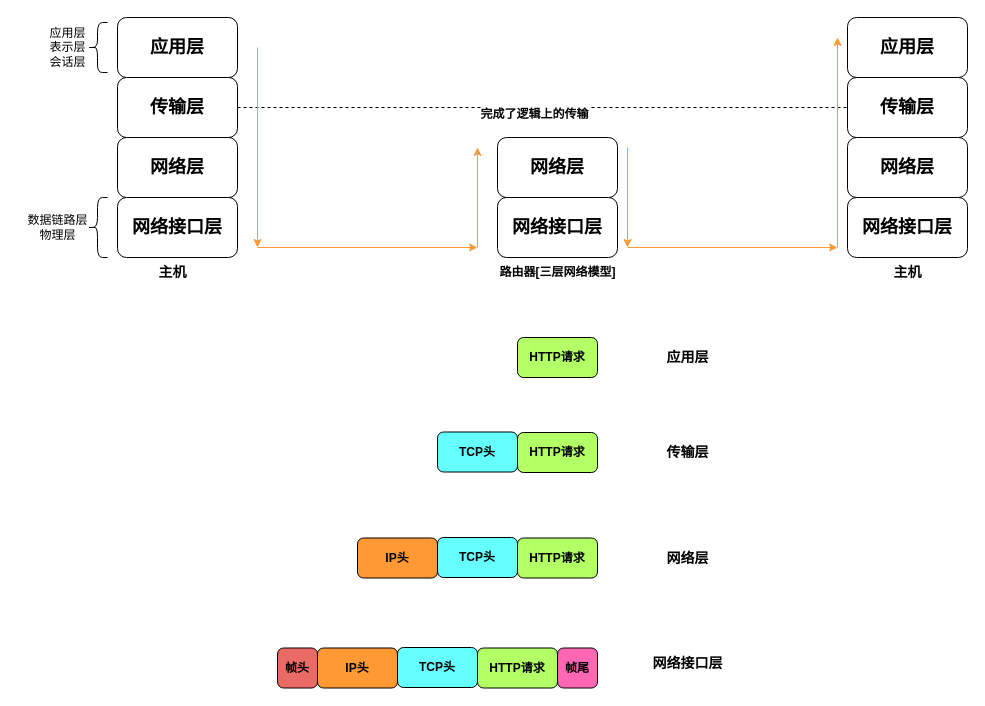
Earlier version of the draw.io diagram 网络转运.drawio (beyondgogogo/Graph). Source tidied: cells renumbered, new cells numbered last; positions are measured from the earlier drawing's top-left corner, leaving out a move shared by most shapes. Both pictures are drawn from the tidied source at 100%, with x=0, y=0 at pixel (17, 17).
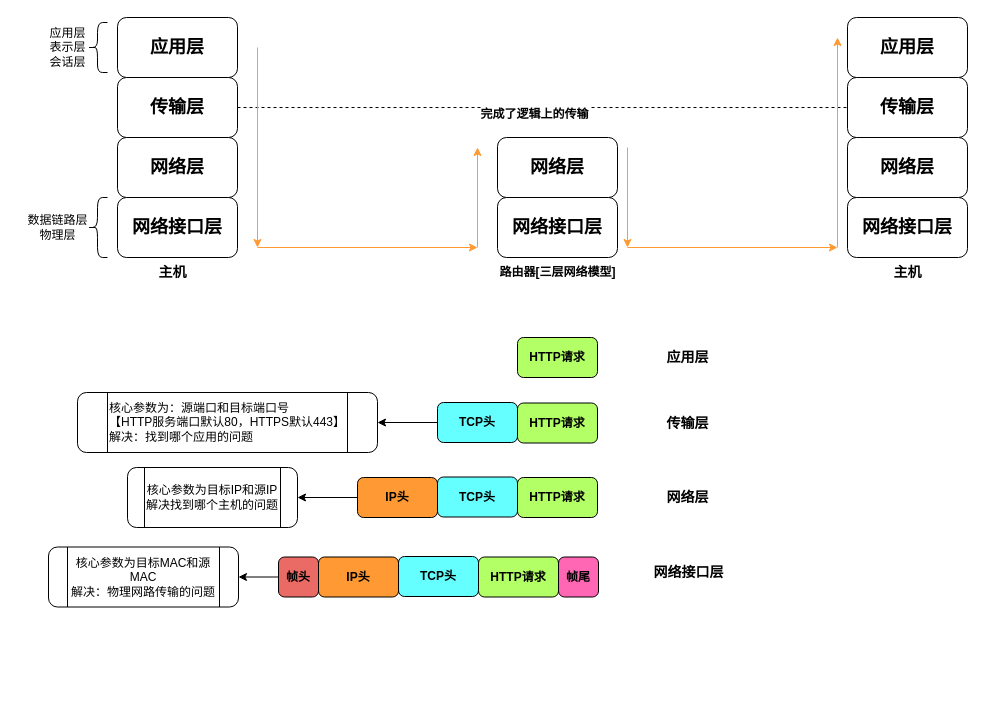
After the change.

Commit message (it also covers changes not shown here):
更新网络转运.drawio

Change to the diagram source:
```diff
@@
     <mxCell id="37" value="&lt;b&gt;HTTP请求&lt;/b&gt;" style="rounded=1;whiteSpace=wrap;html=1;fillColor=#B3FF66;" parent="1" vertex="1">
-      <mxGeometry x="500" y="415" width="80" height="40" as="geometry" />
+      <mxGeometry x="500" y="385.5" width="80" height="40" as="geometry" />
     </mxCell>
+    <mxCell id="51" style="edgeStyle=orthogonalEdgeStyle;rounded=0;jettySize=auto;html=1;" parent="1" edge="1" source="38" target="54">
+      <mxGeometry relative="1" as="geometry" />
+    </mxCell>
     <mxCell id="38" value="&lt;b&gt;TCP头&lt;/b&gt;" style="rounded=1;whiteSpace=wrap;html=1;fillColor=#66FFFF;" parent="1" vertex="1">
-      <mxGeometry x="420" y="414.5" width="80" height="40" as="geometry" />
+      <mxGeometry x="420" y="385" width="80" height="40" as="geometry" />
     </mxCell>
     <mxCell id="39" value="&lt;b&gt;HTTP请求&lt;/b&gt;" style="rounded=1;whiteSpace=wrap;html=1;fillColor=#B3FF66;" parent="1" vertex="1">
-      <mxGeometry x="500" y="520.5" width="80" height="40" as="geometry" />
+      <mxGeometry x="500" y="460" width="80" height="40" as="geometry" />
     </mxCell>
     <mxCell id="40" value="&lt;b&gt;TCP头&lt;/b&gt;" style="rounded=1;whiteSpace=wrap;html=1;fillColor=#66FFFF;" parent="1" vertex="1">
-      <mxGeometry x="420" y="520" width="80" height="40" as="geometry" />
+      <mxGeometry x="420" y="459.5" width="80" height="40" as="geometry" />
     </mxCell>
+    <mxCell id="52" style="edgeStyle=orthogonalEdgeStyle;rounded=0;jettySize=auto;html=1;" parent="1" edge="1" source="41" target="55">
+      <mxGeometry relative="1" as="geometry" />
+    </mxCell>
     <mxCell id="41" value="&lt;b&gt;IP头&lt;/b&gt;" style="rounded=1;whiteSpace=wrap;html=1;fillColor=#FF9933;" parent="1" vertex="1">
-      <mxGeometry x="340" y="520.5" width="80" height="40" as="geometry" />
+      <mxGeometry x="340" y="460" width="80" height="40" as="geometry" />
     </mxCell>
     <mxCell id="42" value="&lt;b&gt;HTTP请求&lt;/b&gt;" style="rounded=1;whiteSpace=wrap;html=1;fillColor=#B3FF66;" parent="1" vertex="1">
-      <mxGeometry x="460" y="630.5" width="80" height="40" as="geometry" />
+      <mxGeometry x="461" y="539.5" width="80" height="40" as="geometry" />
     </mxCell>
     <mxCell id="43" value="&lt;b&gt;TCP头&lt;/b&gt;" style="rounded=1;whiteSpace=wrap;html=1;fillColor=#66FFFF;" parent="1" vertex="1">
-      <mxGeometry x="380" y="630" width="80" height="40" as="geometry" />
+      <mxGeometry x="381" y="539" width="80" height="40" as="geometry" />
     </mxCell>
     <mxCell id="44" value="&lt;b&gt;IP头&lt;/b&gt;" style="rounded=1;whiteSpace=wrap;html=1;fillColor=#FF9933;" parent="1" vertex="1">
-      <mxGeometry x="300" y="630.5" width="80" height="40" as="geometry" />
+      <mxGeometry x="301" y="539.5" width="80" height="40" as="geometry" />
     </mxCell>
+    <mxCell id="53" style="edgeStyle=orthogonalEdgeStyle;rounded=0;jettySize=auto;html=1;" parent="1" edge="1" source="45" target="56">
+      <mxGeometry relative="1" as="geometry" />
+    </mxCell>
     <mxCell id="45" value="&lt;b&gt;帧头&lt;/b&gt;" style="rounded=1;whiteSpace=wrap;html=1;fillColor=#EA6B66;" parent="1" vertex="1">
-      <mxGeometry x="260" y="630.5" width="40" height="40" as="geometry" />
+      <mxGeometry x="261" y="539.5" width="40" height="40" as="geometry" />
     </mxCell>
     <mxCell id="46" value="&lt;b&gt;帧尾&lt;/b&gt;" style="rounded=1;whiteSpace=wrap;html=1;fillColor=#FF66B3;" parent="1" vertex="1">
-      <mxGeometry x="540" y="630.5" width="40" height="40" as="geometry" />
+      <mxGeometry x="541" y="539.5" width="40" height="40" as="geometry" />
     </mxCell>
@@
     <mxCell id="48" value="&lt;b&gt;&lt;font style=&quot;font-size: 14px;&quot;&gt;传输层&lt;/font&gt;&lt;/b&gt;" style="text;html=1;align=center;verticalAlign=middle;strokeColor=none;fillColor=none;" parent="1" vertex="1">
-      <mxGeometry x="635" y="420" width="70" height="30" as="geometry" />
+      <mxGeometry x="635" y="390.5" width="70" height="30" as="geometry" />
     </mxCell>
     <mxCell id="49" value="&lt;b&gt;&lt;font style=&quot;font-size: 14px;&quot;&gt;网络层&lt;/font&gt;&lt;/b&gt;" style="text;html=1;align=center;verticalAlign=middle;strokeColor=none;fillColor=none;" parent="1" vertex="1">
-      <mxGeometry x="635" y="525.5" width="70" height="30" as="geometry" />
+      <mxGeometry x="635" y="465" width="70" height="30" as="geometry" />
     </mxCell>
     <mxCell id="50" value="&lt;b&gt;&lt;font style=&quot;font-size: 14px;&quot;&gt;网络接口层&lt;/font&gt;&lt;/b&gt;" style="text;html=1;align=center;verticalAlign=middle;strokeColor=none;fillColor=none;" parent="1" vertex="1">
-      <mxGeometry x="625" y="630.5" width="90" height="30" as="geometry" />
+      <mxGeometry x="626" y="539.5" width="90" height="30" as="geometry" />
     </mxCell>
+    <mxCell id="54" value="核心参数为：源端口和目标端口号&lt;br&gt;【HTTP服务端口默认80，HTTPS默认443】&lt;br&gt;解决：找到哪个应用的问题" style="shape=process;whiteSpace=wrap;html=1;backgroundOutline=1;fillColor=#FFFFFF;rounded=1;align=left;" parent="1" vertex="1">
+      <mxGeometry x="60" y="375" width="300" height="60" as="geometry" />
+    </mxCell>
+    <mxCell id="55" value="核心参数为目标IP和源IP&lt;br&gt;解决找到哪个主机的问题" style="shape=process;whiteSpace=wrap;html=1;backgroundOutline=1;fillColor=#FFFFFF;rounded=1;" parent="1" vertex="1">
+      <mxGeometry x="110" y="450" width="170" height="60" as="geometry" />
+    </mxCell>
+    <mxCell id="56" value="核心参数为目标MAC和源MAC&lt;br&gt;解决：物理网路传输的问题" style="shape=process;whiteSpace=wrap;html=1;backgroundOutline=1;fillColor=#FFFFFF;rounded=1;" parent="1" vertex="1">
+      <mxGeometry x="31" y="529.5" width="190" height="60" as="geometry" />
+    </mxCell>
```
